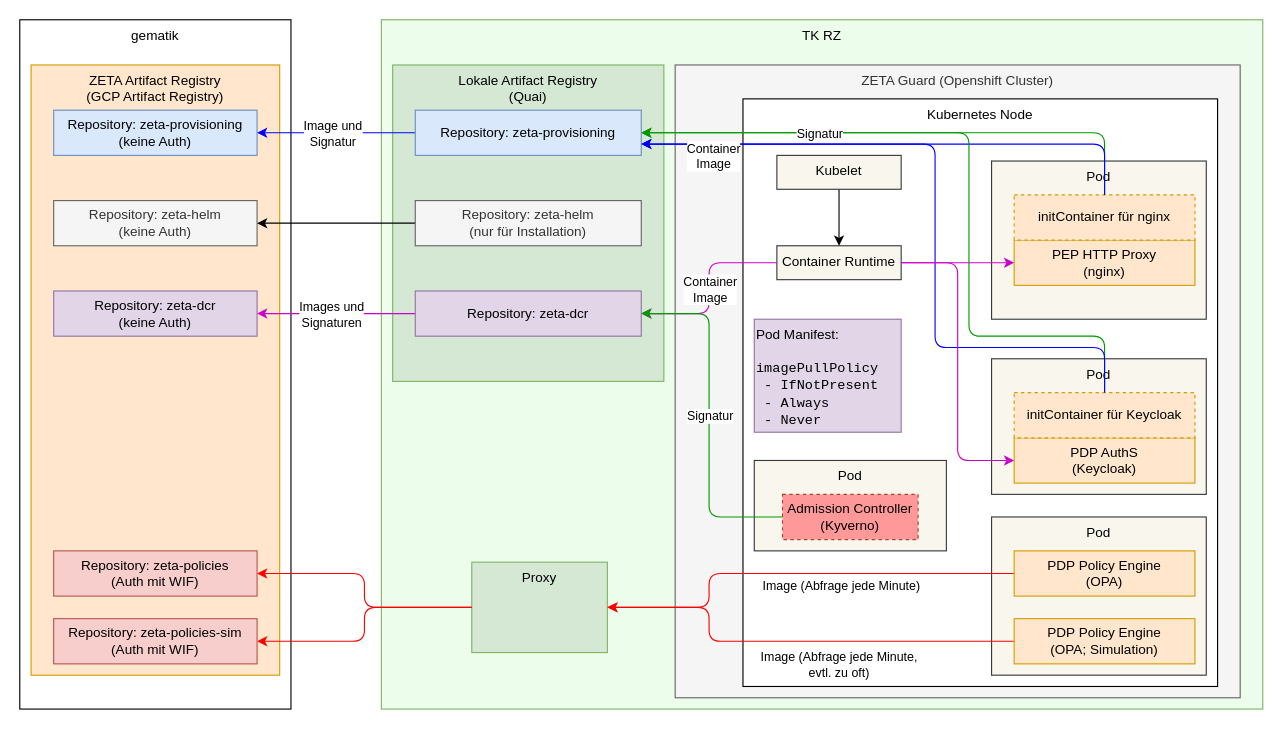
Before: src/drawio/tmp/ZETA-Guard-Deployment-of-Container-Images.drawio in gematik/zeta, a draw.io diagram. Source tidied: cells renumbered, new cells numbered last; positions are measured from the earlier drawing's top-left corner, leaving out a move shared by most shapes. Both pictures are drawn from the tidied source at 113%, with x=0, y=0 at pixel (19, 19).
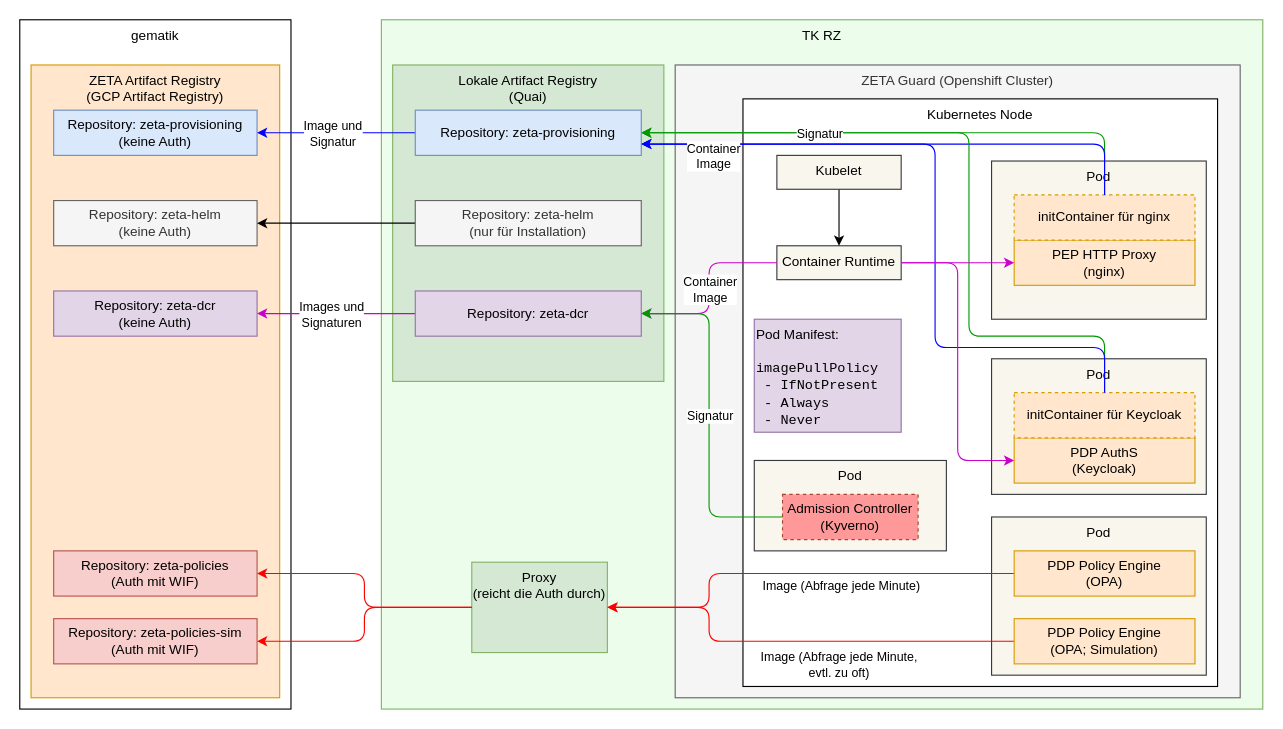
After the change.

Commit message:
docs: update ZETA Guard deployment diagram with Proxy auth details and registry sizing

Diff of the diagram source:
```diff
@@
-    <mxCell id="3" value="&lt;div&gt;Proxy&lt;/div&gt;" style="rounded=0;whiteSpace=wrap;html=1;fillColor=#d5e8d4;strokeColor=#82b366;verticalAlign=top;" parent="1" vertex="1">
+    <mxCell id="3" value="&lt;div&gt;Proxy&lt;/div&gt;&lt;div&gt;(reicht die Auth durch)&lt;/div&gt;" style="rounded=0;whiteSpace=wrap;html=1;fillColor=#d5e8d4;strokeColor=#82b366;verticalAlign=top;" parent="1" vertex="1">
       <mxGeometry x="400" y="480" width="120" height="80" as="geometry" />
     </mxCell>
@@
     <mxCell id="12" value="ZETA Artifact Registry&lt;div&gt;(GCP Artifact Registry)&lt;/div&gt;" style="rounded=0;whiteSpace=wrap;html=1;fillColor=#ffe6cc;strokeColor=#d79b00;verticalAlign=top;" parent="1" vertex="1">
-      <mxGeometry x="10" y="40" width="220" height="540" as="geometry" />
+      <mxGeometry x="10" y="40" width="220" height="560" as="geometry" />
     </mxCell>
```
